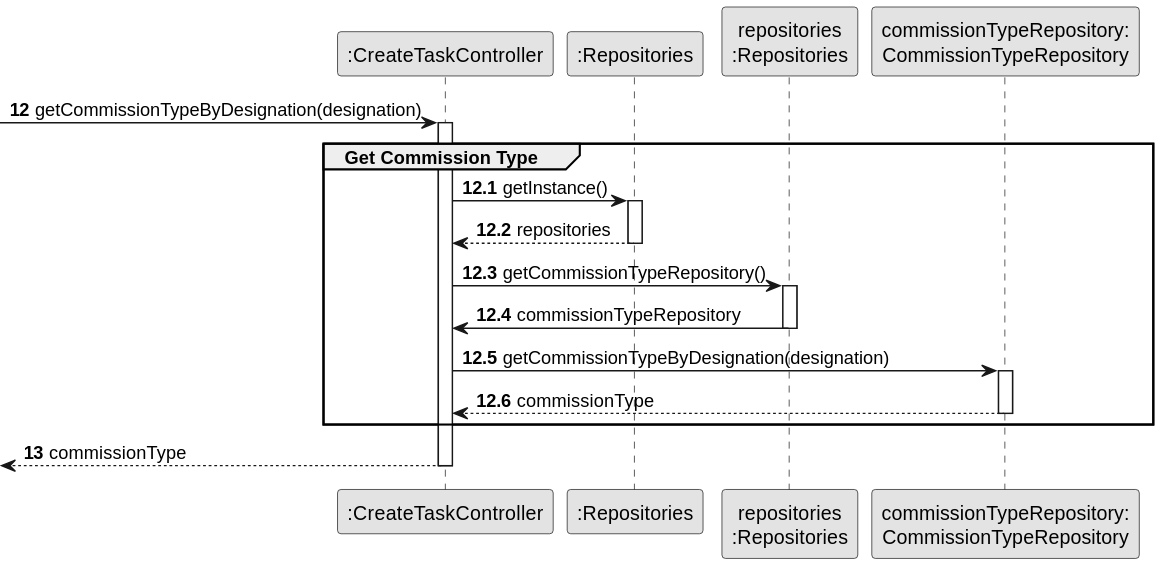
rita-barbosa/LAPR2-2223 keeps this PlantUML diagram as docs/sprintB/us002/03.design/svg/us002-sequence-diagram-partial-get-commission-type.svg. Above is the earlier version.
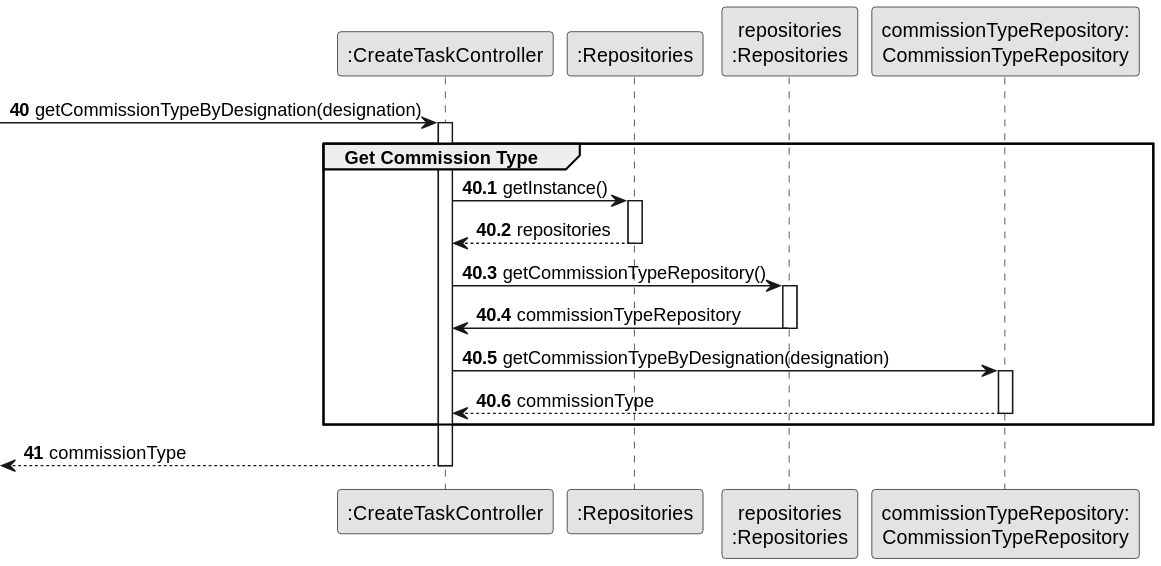
After the commit.

The edit, as a diff of the source:
```diff
@@ -8,10 +8,10 @@
 participant "repositories\n:Repositories" as PLAT
 participant "commissionTypeRepository:\nCommissionTypeRepository" as CommissionTypeRepository
 
-autonumber 12
+autonumber 40
 -> CTRL : getCommissionTypeByDesignation(designation)
 
-autonumber 12.1
+autonumber 40.1
 
 activate CTRL
     group Get Commission Type
@@ -35,7 +35,7 @@
 
     end group
 
-    autonumber 13
+    autonumber 41
     <-- CTRL : commissionType
 
 deactivate CTRL
```
